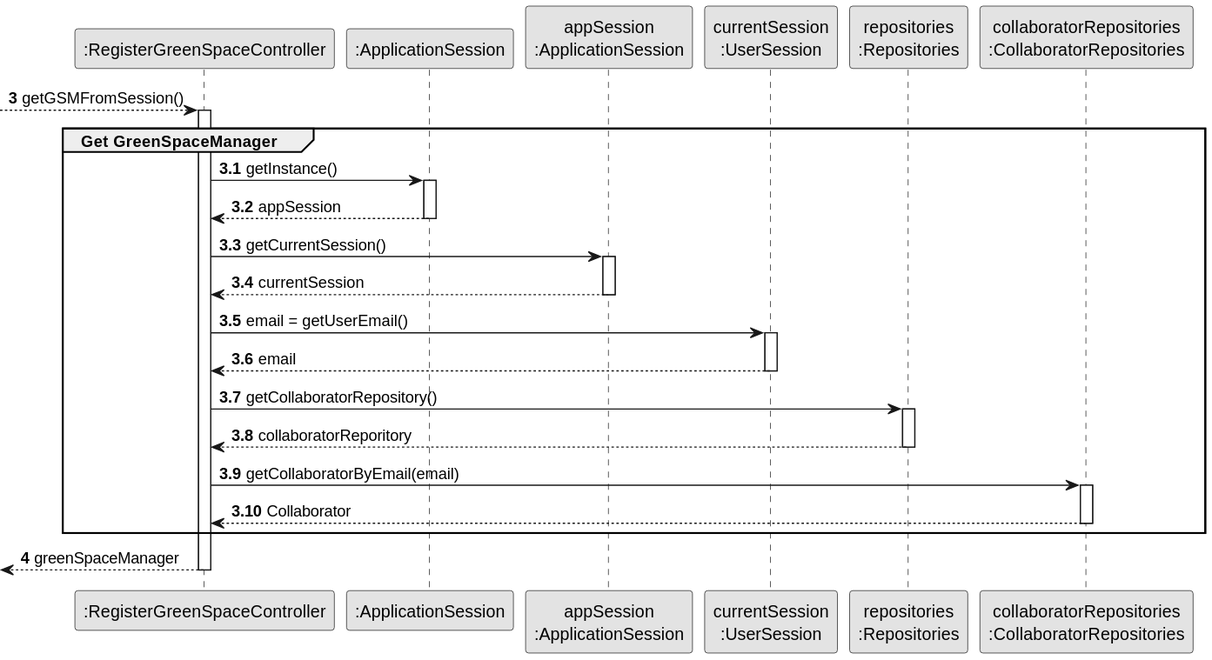
Earlier version of the PlantUML export docs/sprint3/us23/03.design/svg/us23-partial-sequence-diagram-get-GSM.svg (Departamento-de-Engenharia-Informatica/lei-24-s2-1db-g022).
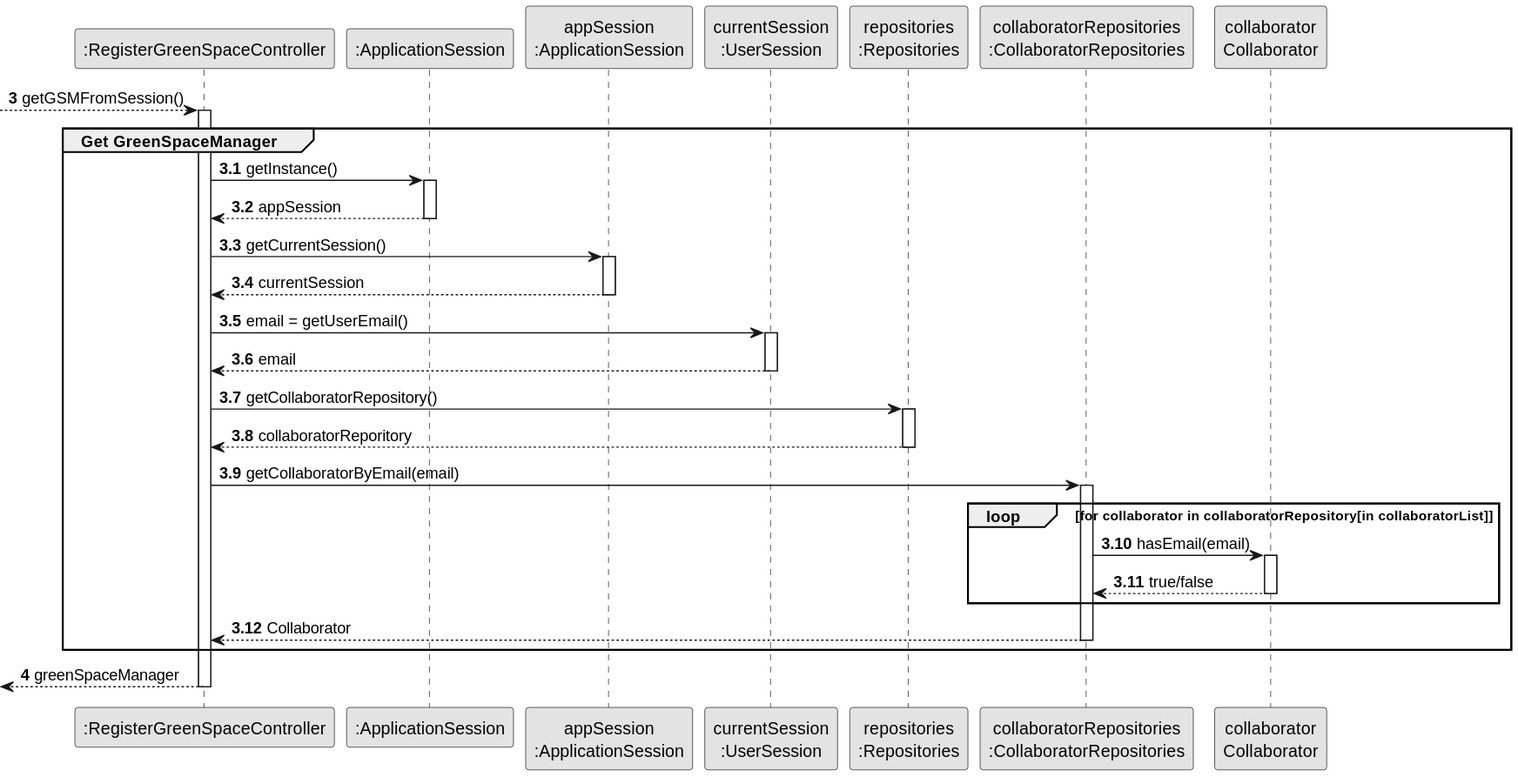
The same diagram one commit later.

Change to the diagram source:
```diff
@@ -8,6 +8,7 @@
 participant "currentSession\n:UserSession" as SESSAO
 participant "repositories\n:Repositories" as REPO
 participant "collaboratorRepositories\n:CollaboratorRepositories" as COLREPO
+participant "collaborator\nCollaborator" as COL
 
 autonumber 3
 
@@ -55,6 +56,18 @@
 
 activate COLREPO
 
+loop for collaborator in collaboratorRepository[in collaboratorList]
+
+COLREPO -> COL : hasEmail(email)
+
+activate COL
+
+COL --> COLREPO : true/false
+
+deactivate COL
+
+end
+
 COLREPO --> CTRL : Collaborator
 
 deactivate COLREPO
```
